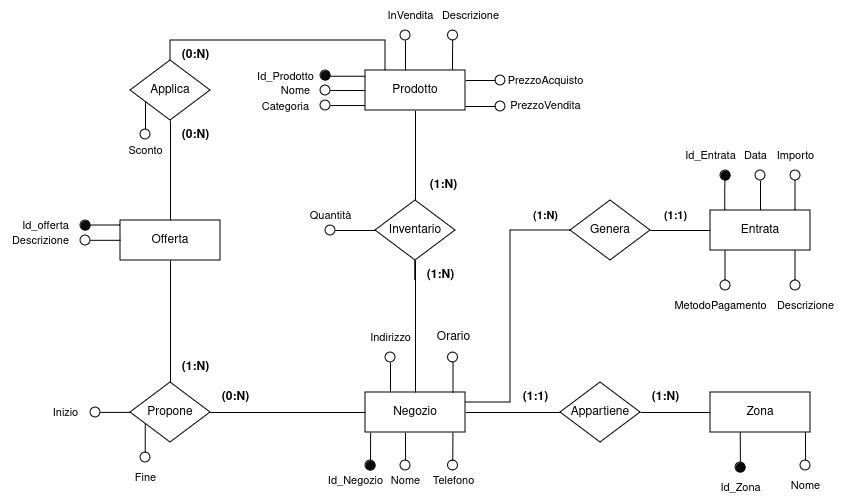
IonutZbir/ProgettoDatabase keeps this draw.io diagram as fase_due/images/rifinitura_negozio.png. Above is the earlier version. Source tidied: cells renumbered, new cells last; positions are measured from the earlier drawing's top-left corner, leaving out a move shared by most shapes.
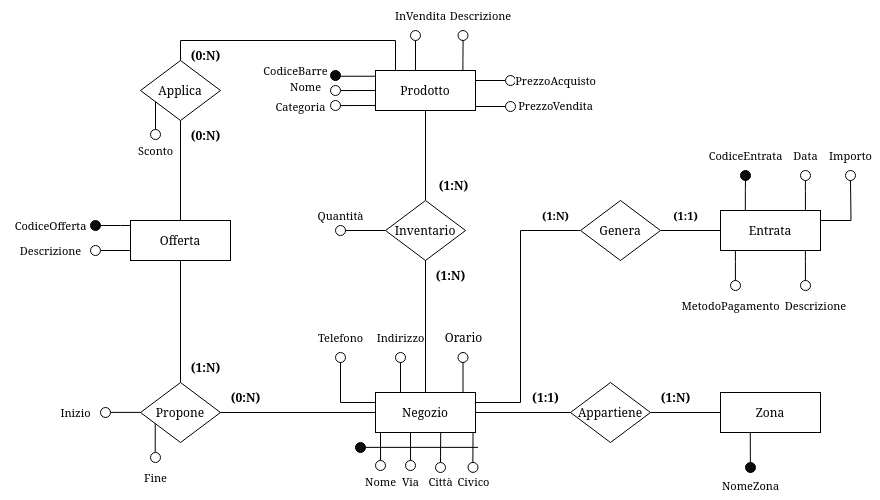
Above is the later version.

Change to the diagram source:
```diff
@@ -2,16 +2,10 @@
   <root>
     <mxCell id="0" />
     <mxCell id="1" parent="0" />
-    <mxCell id="2" style="edgeStyle=none;shape=connector;rounded=0;orthogonalLoop=1;jettySize=auto;html=1;exitX=0.75;exitY=1;exitDx=0;exitDy=0;strokeColor=default;align=center;verticalAlign=middle;fontFamily=Helvetica;fontSize=11;fontColor=default;labelBackgroundColor=default;endArrow=none;" parent="1" edge="1">
-      <mxGeometry relative="1" as="geometry">
-        <mxPoint x="370.1" y="432" as="sourcePoint" />
-        <mxPoint x="370" y="460" as="targetPoint" />
-      </mxGeometry>
-    </mxCell>
     <mxCell id="3" style="edgeStyle=none;shape=connector;rounded=0;orthogonalLoop=1;jettySize=auto;html=1;exitX=0.25;exitY=1;exitDx=0;exitDy=0;strokeColor=default;align=center;verticalAlign=middle;fontFamily=Helvetica;fontSize=11;fontColor=default;labelBackgroundColor=default;endArrow=none;" parent="1" edge="1">
       <mxGeometry relative="1" as="geometry">
-        <mxPoint x="405" y="432" as="sourcePoint" />
-        <mxPoint x="405" y="460" as="targetPoint" />
+        <mxPoint x="400" y="432" as="sourcePoint" />
+        <mxPoint x="400" y="460" as="targetPoint" />
       </mxGeometry>
     </mxCell>
     <mxCell id="4" style="edgeStyle=none;shape=connector;rounded=0;jettySize=auto;html=1;exitX=0.25;exitY=0;exitDx=0;exitDy=0;strokeColor=default;align=center;verticalAlign=middle;fontFamily=Helvetica;fontSize=11;fontColor=default;labelBackgroundColor=default;endArrow=none;entryX=0.5;entryY=1;entryDx=0;entryDy=0;" parent="1" edge="1" source="8" target="33">
@@ -19,8 +13,8 @@
     </mxCell>
     <mxCell id="5" style="edgeStyle=none;shape=connector;rounded=0;orthogonalLoop=1;jettySize=auto;html=1;strokeColor=default;align=center;verticalAlign=middle;fontFamily=Helvetica;fontSize=11;fontColor=default;labelBackgroundColor=default;endArrow=none;entryX=0.5;entryY=1;entryDx=0;entryDy=0;exitX=0.948;exitY=-0.003;exitDx=0;exitDy=0;exitPerimeter=0;" parent="1" edge="1">
       <mxGeometry relative="1" as="geometry">
-        <mxPoint x="452.3" y="460" as="sourcePoint" />
-        <mxPoint x="452.5" y="430.1" as="targetPoint" />
+        <mxPoint x="430" y="461.9" as="sourcePoint" />
+        <mxPoint x="430.2" y="432" as="targetPoint" />
       </mxGeometry>
     </mxCell>
     <mxCell id="6" style="edgeStyle=orthogonalEdgeStyle;shape=connector;rounded=0;jettySize=auto;html=1;strokeColor=default;align=center;verticalAlign=middle;fontFamily=Helvetica;fontSize=11;fontColor=default;labelBackgroundColor=default;endArrow=none;endFill=0;" parent="1" edge="1" source="105">
@@ -31,6 +25,9 @@
     <mxCell id="7" style="edgeStyle=orthogonalEdgeStyle;shape=connector;rounded=0;jettySize=auto;html=1;entryX=0;entryY=0.5;entryDx=0;entryDy=0;strokeColor=default;align=center;verticalAlign=middle;fontFamily=Helvetica;fontSize=11;fontColor=default;labelBackgroundColor=default;endArrow=none;endFill=0;" parent="1" edge="1" source="8" target="51">
       <mxGeometry relative="1" as="geometry" />
     </mxCell>
+    <mxCell id="109" style="edgeStyle=orthogonalEdgeStyle;shape=connector;rounded=0;jettySize=auto;html=1;exitX=0;exitY=0.25;exitDx=0;exitDy=0;entryX=0.5;entryY=1;entryDx=0;entryDy=0;strokeColor=default;align=center;verticalAlign=middle;fontFamily=Helvetica;fontSize=11;fontColor=default;labelBackgroundColor=default;endArrow=none;endFill=0;" parent="1" edge="1" source="8" target="35">
+      <mxGeometry relative="1" as="geometry" />
+    </mxCell>
     <mxCell id="8" value="Negozio" style="whiteSpace=wrap;html=1;align=center;" parent="1" vertex="1">
       <mxGeometry x="365" y="392" width="100" height="40" as="geometry" />
     </mxCell>
@@ -122,17 +119,14 @@
     <mxCell id="28" value="(1:N)" style="text;html=1;align=center;verticalAlign=middle;strokeColor=none;fillColor=none;fontStyle=1;" parent="1" vertex="1">
       <mxGeometry x="415" y="260" width="50" height="30" as="geometry" />
     </mxCell>
-    <mxCell id="29" value="Id_Negozio" style="text;html=1;align=center;verticalAlign=middle;strokeColor=none;fillColor=none;fontFamily=Helvetica;fontSize=11;fontColor=default;labelBackgroundColor=default;" parent="1" vertex="1">
-      <mxGeometry x="315" y="465" width="80" height="30" as="geometry" />
-    </mxCell>
     <mxCell id="30" style="ellipse;whiteSpace=wrap;html=1;fontFamily=Helvetica;fontSize=11;fontColor=default;labelBackgroundColor=default;fillColor=#0A0A0A;" parent="1" vertex="1">
-      <mxGeometry x="365" y="460" width="10" height="10" as="geometry" />
+      <mxGeometry x="345" y="442" width="10" height="10" as="geometry" />
     </mxCell>
     <mxCell id="31" style="ellipse;whiteSpace=wrap;html=1;fontFamily=Helvetica;fontSize=11;fontColor=default;labelBackgroundColor=default;fillColor=none;" parent="1" vertex="1">
-      <mxGeometry x="400" y="460" width="10" height="10" as="geometry" />
+      <mxGeometry x="395" y="460" width="10" height="10" as="geometry" />
     </mxCell>
     <mxCell id="32" value="Nome" style="text;html=1;align=center;verticalAlign=middle;strokeColor=none;fillColor=none;fontFamily=Helvetica;fontSize=11;fontColor=default;labelBackgroundColor=default;" parent="1" vertex="1">
-      <mxGeometry x="380" y="465" width="50" height="30" as="geometry" />
+      <mxGeometry x="345" y="466" width="50" height="30" as="geometry" />
     </mxCell>
     <mxCell id="33" style="ellipse;whiteSpace=wrap;html=1;fontFamily=Helvetica;fontSize=11;fontColor=default;labelBackgroundColor=default;fillColor=none;" parent="1" vertex="1">
       <mxGeometry x="385" y="352" width="10" height="10" as="geometry" />
@@ -141,16 +135,16 @@
       <mxGeometry x="355" y="322" width="70" height="30" as="geometry" />
     </mxCell>
     <mxCell id="35" style="ellipse;whiteSpace=wrap;html=1;fontFamily=Helvetica;fontSize=11;fontColor=default;labelBackgroundColor=default;fillColor=none;" parent="1" vertex="1">
-      <mxGeometry x="447.5" y="460" width="10" height="10" as="geometry" />
+      <mxGeometry x="325" y="352" width="10" height="10" as="geometry" />
     </mxCell>
     <mxCell id="36" value="Telefono" style="text;html=1;align=center;verticalAlign=middle;strokeColor=none;fillColor=none;fontFamily=Helvetica;fontSize=11;fontColor=default;labelBackgroundColor=default;" parent="1" vertex="1">
-      <mxGeometry x="417.5" y="465" width="70" height="30" as="geometry" />
+      <mxGeometry x="295" y="322" width="70" height="30" as="geometry" />
     </mxCell>
     <mxCell id="37" style="ellipse;whiteSpace=wrap;html=1;fontFamily=Helvetica;fontSize=11;fontColor=default;labelBackgroundColor=default;fillColor=#0A0A0A;" parent="1" vertex="1">
       <mxGeometry x="80" y="220" width="10" height="10" as="geometry" />
     </mxCell>
-    <mxCell id="38" value="Id_offerta" style="text;html=1;align=center;verticalAlign=middle;strokeColor=none;fillColor=none;fontFamily=Helvetica;fontSize=11;fontColor=default;labelBackgroundColor=default;" parent="1" vertex="1">
-      <mxGeometry x="10" y="210" width="70" height="30" as="geometry" />
+    <mxCell id="38" value="CodiceOfferta" style="text;html=1;align=center;verticalAlign=middle;strokeColor=none;fillColor=none;fontFamily=Helvetica;fontSize=11;fontColor=default;labelBackgroundColor=default;" parent="1" vertex="1">
+      <mxGeometry x="-10" y="210" width="100" height="30" as="geometry" />
     </mxCell>
     <mxCell id="39" value="Inizio" style="text;html=1;align=center;verticalAlign=middle;strokeColor=none;fillColor=none;fontFamily=Helvetica;fontSize=11;fontColor=default;labelBackgroundColor=default;" parent="1" vertex="1">
       <mxGeometry x="40" y="397" width="50" height="30" as="geometry" />
@@ -163,15 +157,15 @@
     </mxCell>
     <mxCell id="42" style="edgeStyle=none;shape=connector;rounded=0;orthogonalLoop=1;jettySize=auto;html=1;exitX=0;exitY=0.75;exitDx=0;exitDy=0;strokeColor=default;align=center;verticalAlign=middle;fontFamily=Helvetica;fontSize=11;fontColor=default;labelBackgroundColor=default;endArrow=none;" parent="1" edge="1">
       <mxGeometry relative="1" as="geometry">
-        <mxPoint x="120" y="239.8" as="sourcePoint" />
-        <mxPoint x="90" y="239.8" as="targetPoint" />
+        <mxPoint x="120" y="250" as="sourcePoint" />
+        <mxPoint x="90" y="250" as="targetPoint" />
       </mxGeometry>
     </mxCell>
     <mxCell id="43" style="ellipse;whiteSpace=wrap;html=1;fontFamily=Helvetica;fontSize=11;fontColor=default;labelBackgroundColor=default;fillColor=none;" parent="1" vertex="1">
-      <mxGeometry x="80" y="235" width="10" height="10" as="geometry" />
+      <mxGeometry x="80" y="245" width="10" height="10" as="geometry" />
     </mxCell>
     <mxCell id="44" value="Descrizione" style="text;html=1;align=center;verticalAlign=middle;strokeColor=none;fillColor=none;fontFamily=Helvetica;fontSize=11;fontColor=default;labelBackgroundColor=default;" parent="1" vertex="1">
-      <mxGeometry y="225" width="80" height="30" as="geometry" />
+      <mxGeometry y="235" width="80" height="30" as="geometry" />
     </mxCell>
     <mxCell id="45" style="ellipse;whiteSpace=wrap;html=1;fontFamily=Helvetica;fontSize=11;fontColor=default;labelBackgroundColor=default;fillColor=none;" parent="1" vertex="1">
       <mxGeometry x="90" y="407" width="10" height="10" as="geometry" />
@@ -208,20 +202,8 @@
     <mxCell id="54" style="ellipse;whiteSpace=wrap;html=1;fontFamily=Helvetica;fontSize=11;fontColor=default;labelBackgroundColor=default;fillColor=#0A0A0A;" parent="1" vertex="1">
       <mxGeometry x="735" y="462" width="10" height="10" as="geometry" />
     </mxCell>
-    <mxCell id="55" value="Id_Zona" style="text;html=1;align=center;verticalAlign=middle;strokeColor=none;fillColor=none;fontFamily=Helvetica;fontSize=11;fontColor=default;labelBackgroundColor=default;" parent="1" vertex="1">
-      <mxGeometry x="705" y="472" width="70" height="30" as="geometry" />
-    </mxCell>
-    <mxCell id="56" style="ellipse;whiteSpace=wrap;html=1;fontFamily=Helvetica;fontSize=11;fontColor=default;labelBackgroundColor=default;fillColor=none;" parent="1" vertex="1">
-      <mxGeometry x="800" y="460" width="10" height="10" as="geometry" />
-    </mxCell>
-    <mxCell id="57" style="edgeStyle=none;shape=connector;rounded=0;orthogonalLoop=1;jettySize=auto;html=1;exitX=0.25;exitY=1;exitDx=0;exitDy=0;strokeColor=default;align=center;verticalAlign=middle;fontFamily=Helvetica;fontSize=11;fontColor=default;labelBackgroundColor=default;endArrow=none;" parent="1" edge="1">
-      <mxGeometry relative="1" as="geometry">
-        <mxPoint x="805" y="432" as="sourcePoint" />
-        <mxPoint x="805" y="460" as="targetPoint" />
-      </mxGeometry>
-    </mxCell>
-    <mxCell id="58" value="Nome" style="text;html=1;align=center;verticalAlign=middle;strokeColor=none;fillColor=none;fontFamily=Helvetica;fontSize=11;fontColor=default;labelBackgroundColor=default;" parent="1" vertex="1">
-      <mxGeometry x="780" y="470" width="50" height="30" as="geometry" />
+    <mxCell id="58" value="NomeZona" style="text;html=1;align=center;verticalAlign=middle;strokeColor=none;fillColor=none;fontFamily=Helvetica;fontSize=11;fontColor=default;labelBackgroundColor=default;" parent="1" vertex="1">
+      <mxGeometry x="700" y="470" width="80" height="30" as="geometry" />
     </mxCell>
     <mxCell id="59" value="(1:N)" style="text;html=1;align=center;verticalAlign=middle;strokeColor=none;fillColor=none;fontStyle=1;" parent="1" vertex="1">
       <mxGeometry x="640" y="382" width="50" height="30" as="geometry" />
@@ -232,20 +214,20 @@
     <mxCell id="61" style="ellipse;whiteSpace=wrap;html=1;fontFamily=Helvetica;fontSize=11;fontColor=default;labelBackgroundColor=default;fillColor=#0A0A0A;" parent="1" vertex="1">
       <mxGeometry x="320" y="70" width="10" height="10" as="geometry" />
     </mxCell>
-    <mxCell id="62" value="Id_Prodotto" style="text;html=1;align=center;verticalAlign=middle;strokeColor=none;fillColor=none;fontFamily=Helvetica;fontSize=11;fontColor=default;labelBackgroundColor=default;" parent="1" vertex="1">
-      <mxGeometry x="245" y="61" width="80" height="30" as="geometry" />
+    <mxCell id="62" value="CodiceBarre" style="text;html=1;align=center;verticalAlign=middle;strokeColor=none;fillColor=none;fontFamily=Helvetica;fontSize=11;fontColor=default;labelBackgroundColor=default;" parent="1" vertex="1">
+      <mxGeometry x="240" y="55" width="90" height="30" as="geometry" />
     </mxCell>
     <mxCell id="63" style="ellipse;whiteSpace=wrap;html=1;fontFamily=Helvetica;fontSize=11;fontColor=default;labelBackgroundColor=default;fillColor=none;" parent="1" vertex="1">
       <mxGeometry x="320" y="85" width="10" height="10" as="geometry" />
     </mxCell>
     <mxCell id="64" value="Nome" style="text;html=1;align=center;verticalAlign=middle;strokeColor=none;fillColor=none;fontFamily=Helvetica;fontSize=11;fontColor=default;labelBackgroundColor=default;" parent="1" vertex="1">
-      <mxGeometry x="270" y="75" width="50" height="30" as="geometry" />
+      <mxGeometry x="270" y="71" width="50" height="30" as="geometry" />
     </mxCell>
     <mxCell id="65" style="ellipse;whiteSpace=wrap;html=1;fontFamily=Helvetica;fontSize=11;fontColor=default;labelBackgroundColor=default;fillColor=none;" parent="1" vertex="1">
       <mxGeometry x="320" y="100" width="10" height="10" as="geometry" />
     </mxCell>
     <mxCell id="66" value="Categoria" style="text;html=1;align=center;verticalAlign=middle;strokeColor=none;fillColor=none;fontFamily=Helvetica;fontSize=11;fontColor=default;labelBackgroundColor=default;" parent="1" vertex="1">
-      <mxGeometry x="250" y="91" width="70" height="30" as="geometry" />
+      <mxGeometry x="255" y="91" width="70" height="30" as="geometry" />
     </mxCell>
     <mxCell id="67" value="PrezzoAcquisto" style="text;html=1;align=center;verticalAlign=middle;strokeColor=none;fillColor=none;fontFamily=Helvetica;fontSize=11;fontColor=default;labelBackgroundColor=default;" parent="1" vertex="1">
       <mxGeometry x="495" y="65" width="100" height="30" as="geometry" />
@@ -280,19 +262,14 @@
     </mxCell>
     <mxCell id="75" style="edgeStyle=orthogonalEdgeStyle;shape=connector;rounded=0;orthogonalLoop=1;jettySize=auto;html=1;exitX=0.25;exitY=0;exitDx=0;exitDy=0;strokeColor=default;align=center;verticalAlign=middle;fontFamily=Helvetica;fontSize=11;fontColor=default;labelBackgroundColor=default;endArrow=none;endFill=0;" parent="1" edge="1">
       <mxGeometry relative="1" as="geometry">
-        <mxPoint x="724.8" y="210" as="sourcePoint" />
-        <mxPoint x="725" y="180" as="targetPoint" />
+        <mxPoint x="734.8" y="210" as="sourcePoint" />
+        <mxPoint x="735" y="180" as="targetPoint" />
         <Array as="points">
-          <mxPoint x="724.8" y="190" />
-          <mxPoint x="724.8" y="190" />
+          <mxPoint x="734.8" y="190" />
+          <mxPoint x="734.8" y="190" />
         </Array>
       </mxGeometry>
     </mxCell>
-    <mxCell id="76" style="edgeStyle=orthogonalEdgeStyle;shape=connector;rounded=0;jettySize=auto;html=1;exitX=0.5;exitY=0;exitDx=0;exitDy=0;strokeColor=default;align=center;verticalAlign=middle;fontFamily=Helvetica;fontSize=11;fontColor=default;labelBackgroundColor=default;endArrow=none;endFill=0;" parent="1" edge="1" source="78">
-      <mxGeometry relative="1" as="geometry">
-        <mxPoint x="760" y="180" as="targetPoint" />
-      </mxGeometry>
-    </mxCell>
     <mxCell id="77" style="edgeStyle=orthogonalEdgeStyle;shape=connector;rounded=0;orthogonalLoop=1;jettySize=auto;html=1;exitX=0.75;exitY=0;exitDx=0;exitDy=0;strokeColor=default;align=center;verticalAlign=middle;fontFamily=Helvetica;fontSize=11;fontColor=default;labelBackgroundColor=default;endArrow=none;endFill=0;" parent="1" edge="1">
       <mxGeometry relative="1" as="geometry">
         <mxPoint x="794.9" y="210" as="sourcePoint" />
@@ -303,6 +280,11 @@
         </Array>
       </mxGeometry>
     </mxCell>
+    <mxCell id="110" style="edgeStyle=orthogonalEdgeStyle;rounded=0;jettySize=auto;html=1;exitX=1;exitY=0.25;exitDx=0;exitDy=0;endArrow=none;endFill=0;" parent="1" edge="1" source="78">
+      <mxGeometry relative="1" as="geometry">
+        <mxPoint x="840" y="180" as="targetPoint" />
+      </mxGeometry>
+    </mxCell>
     <mxCell id="78" value="Entrata" style="whiteSpace=wrap;html=1;align=center;" parent="1" vertex="1">
       <mxGeometry x="710" y="210" width="100" height="40" as="geometry" />
     </mxCell>
@@ -324,22 +306,22 @@
       <mxGeometry x="650" y="200" width="50" height="30" as="geometry" />
     </mxCell>
     <mxCell id="83" style="ellipse;whiteSpace=wrap;html=1;fontFamily=Helvetica;fontSize=11;fontColor=default;labelBackgroundColor=default;fillColor=#0A0A0A;" parent="1" vertex="1">
-      <mxGeometry x="720" y="170" width="10" height="10" as="geometry" />
+      <mxGeometry x="730" y="170" width="10" height="10" as="geometry" />
     </mxCell>
     <mxCell id="84" style="ellipse;whiteSpace=wrap;html=1;fontFamily=Helvetica;fontSize=11;fontColor=default;labelBackgroundColor=default;fillColor=none;" parent="1" vertex="1">
-      <mxGeometry x="755" y="170" width="10" height="10" as="geometry" />
+      <mxGeometry x="790" y="170" width="10" height="10" as="geometry" />
     </mxCell>
     <mxCell id="85" style="ellipse;whiteSpace=wrap;html=1;fontFamily=Helvetica;fontSize=11;fontColor=default;labelBackgroundColor=default;fillColor=none;" parent="1" vertex="1">
-      <mxGeometry x="790" y="170" width="10" height="10" as="geometry" />
+      <mxGeometry x="835" y="170" width="10" height="10" as="geometry" />
     </mxCell>
-    <mxCell id="86" value="Id_Entrata" style="text;html=1;align=center;verticalAlign=middle;strokeColor=none;fillColor=none;fontFamily=Helvetica;fontSize=11;fontColor=default;labelBackgroundColor=default;" parent="1" vertex="1">
-      <mxGeometry x="675" y="140" width="70" height="30" as="geometry" />
+    <mxCell id="86" value="CodiceEntrata" style="text;html=1;align=center;verticalAlign=middle;strokeColor=none;fillColor=none;fontFamily=Helvetica;fontSize=11;fontColor=default;labelBackgroundColor=default;" parent="1" vertex="1">
+      <mxGeometry x="685" y="140" width="100" height="30" as="geometry" />
     </mxCell>
     <mxCell id="87" value="Data" style="text;html=1;align=center;verticalAlign=middle;strokeColor=none;fillColor=none;fontFamily=Helvetica;fontSize=11;fontColor=default;labelBackgroundColor=default;" parent="1" vertex="1">
-      <mxGeometry x="730" y="140" width="50" height="30" as="geometry" />
+      <mxGeometry x="770" y="140" width="50" height="30" as="geometry" />
     </mxCell>
     <mxCell id="88" value="Importo" style="text;html=1;align=center;verticalAlign=middle;strokeColor=none;fillColor=none;fontFamily=Helvetica;fontSize=11;fontColor=default;labelBackgroundColor=default;" parent="1" vertex="1">
-      <mxGeometry x="765" y="140" width="60" height="30" as="geometry" />
+      <mxGeometry x="810" y="140" width="60" height="30" as="geometry" />
     </mxCell>
     <mxCell id="89" style="edgeStyle=orthogonalEdgeStyle;shape=connector;rounded=0;orthogonalLoop=1;jettySize=auto;html=1;exitX=0.75;exitY=0;exitDx=0;exitDy=0;strokeColor=default;align=center;verticalAlign=middle;fontFamily=Helvetica;fontSize=11;fontColor=default;labelBackgroundColor=default;endArrow=none;endFill=0;" parent="1" edge="1">
       <mxGeometry relative="1" as="geometry">
@@ -429,5 +411,41 @@
     <mxCell id="108" value="Orario" style="text;html=1;align=center;verticalAlign=middle;strokeColor=none;fillColor=none;" parent="1" vertex="1">
       <mxGeometry x="422.5" y="322" width="60" height="30" as="geometry" />
     </mxCell>
+    <mxCell id="111" style="edgeStyle=none;shape=connector;rounded=0;orthogonalLoop=1;jettySize=auto;html=1;exitX=0.25;exitY=1;exitDx=0;exitDy=0;strokeColor=default;align=center;verticalAlign=middle;fontFamily=Helvetica;fontSize=11;fontColor=default;labelBackgroundColor=default;endArrow=none;" parent="1" edge="1">
+      <mxGeometry relative="1" as="geometry">
+        <mxPoint x="370" y="432" as="sourcePoint" />
+        <mxPoint x="370" y="460" as="targetPoint" />
+      </mxGeometry>
+    </mxCell>
+    <mxCell id="112" style="ellipse;whiteSpace=wrap;html=1;fontFamily=Helvetica;fontSize=11;fontColor=default;labelBackgroundColor=default;fillColor=none;" parent="1" vertex="1">
+      <mxGeometry x="365" y="460" width="10" height="10" as="geometry" />
+    </mxCell>
+    <mxCell id="113" value="Via" style="text;html=1;align=center;verticalAlign=middle;strokeColor=none;fillColor=none;fontFamily=Helvetica;fontSize=11;fontColor=default;labelBackgroundColor=default;" parent="1" vertex="1">
+      <mxGeometry x="380" y="466" width="40" height="30" as="geometry" />
+    </mxCell>
+    <mxCell id="114" style="ellipse;whiteSpace=wrap;html=1;fontFamily=Helvetica;fontSize=11;fontColor=default;labelBackgroundColor=default;fillColor=none;" parent="1" vertex="1">
+      <mxGeometry x="425" y="462" width="10" height="10" as="geometry" />
+    </mxCell>
+    <mxCell id="115" value="Città" style="text;html=1;align=center;verticalAlign=middle;strokeColor=none;fillColor=none;fontFamily=Helvetica;fontSize=11;fontColor=default;labelBackgroundColor=default;" parent="1" vertex="1">
+      <mxGeometry x="405" y="466" width="50" height="30" as="geometry" />
+    </mxCell>
+    <mxCell id="116" style="edgeStyle=none;shape=connector;rounded=0;orthogonalLoop=1;jettySize=auto;html=1;strokeColor=default;align=center;verticalAlign=middle;fontFamily=Helvetica;fontSize=11;fontColor=default;labelBackgroundColor=default;endArrow=none;entryX=0.5;entryY=1;entryDx=0;entryDy=0;exitX=0.948;exitY=-0.003;exitDx=0;exitDy=0;exitPerimeter=0;" parent="1" edge="1">
+      <mxGeometry relative="1" as="geometry">
+        <mxPoint x="462.4" y="461.9" as="sourcePoint" />
+        <mxPoint x="462.6" y="432" as="targetPoint" />
+      </mxGeometry>
+    </mxCell>
+    <mxCell id="117" style="ellipse;whiteSpace=wrap;html=1;fontFamily=Helvetica;fontSize=11;fontColor=default;labelBackgroundColor=default;fillColor=none;" parent="1" vertex="1">
+      <mxGeometry x="457.5" y="461.9" width="10" height="10" as="geometry" />
+    </mxCell>
+    <mxCell id="118" value="Civico" style="text;html=1;align=center;verticalAlign=middle;strokeColor=none;fillColor=none;fontFamily=Helvetica;fontSize=11;fontColor=default;labelBackgroundColor=default;" parent="1" vertex="1">
+      <mxGeometry x="432.5" y="466" width="60" height="30" as="geometry" />
+    </mxCell>
+    <mxCell id="119" style="edgeStyle=orthogonalEdgeStyle;shape=connector;rounded=0;orthogonalLoop=1;jettySize=auto;html=1;entryX=0;entryY=0.5;entryDx=0;entryDy=0;strokeColor=default;align=center;verticalAlign=middle;fontFamily=Helvetica;fontSize=11;fontColor=default;labelBackgroundColor=default;endArrow=none;endFill=0;" parent="1" edge="1">
+      <mxGeometry relative="1" as="geometry">
+        <mxPoint x="355" y="446.9" as="sourcePoint" />
+        <mxPoint x="467.5" y="446.9" as="targetPoint" />
+      </mxGeometry>
+    </mxCell>
   </root>
 </mxGraphModel>
```
